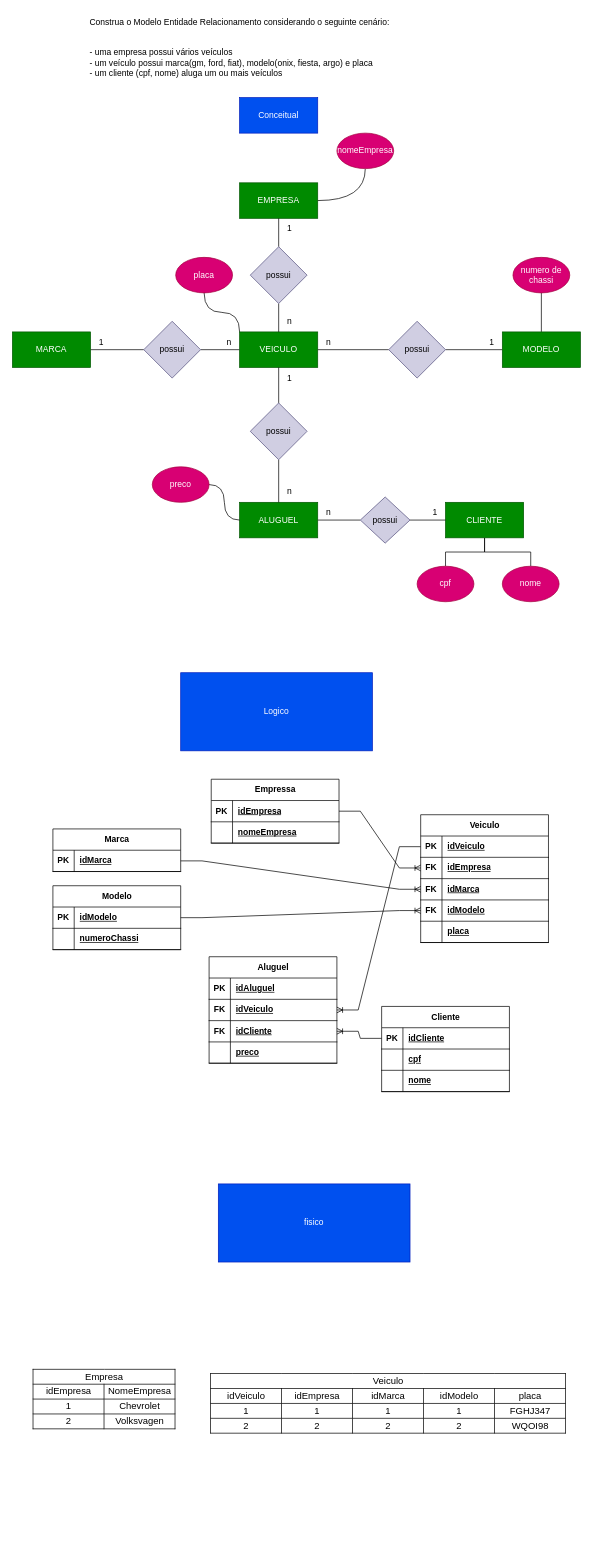
Before: sprint1-bd/exercicios/1.2-exercicio-locadora/1.2-exercicio-filmes.drawio in AlbatrozPyt/2S-SENAI-dv, a draw.io diagram. Source tidied: cells renumbered, new cells numbered last; positions are measured from the earlier drawing's top-left corner, leaving out a move shared by most shapes. Both pictures are drawn from the tidied source at 71%, with x=0, y=0 at pixel (12, 12).
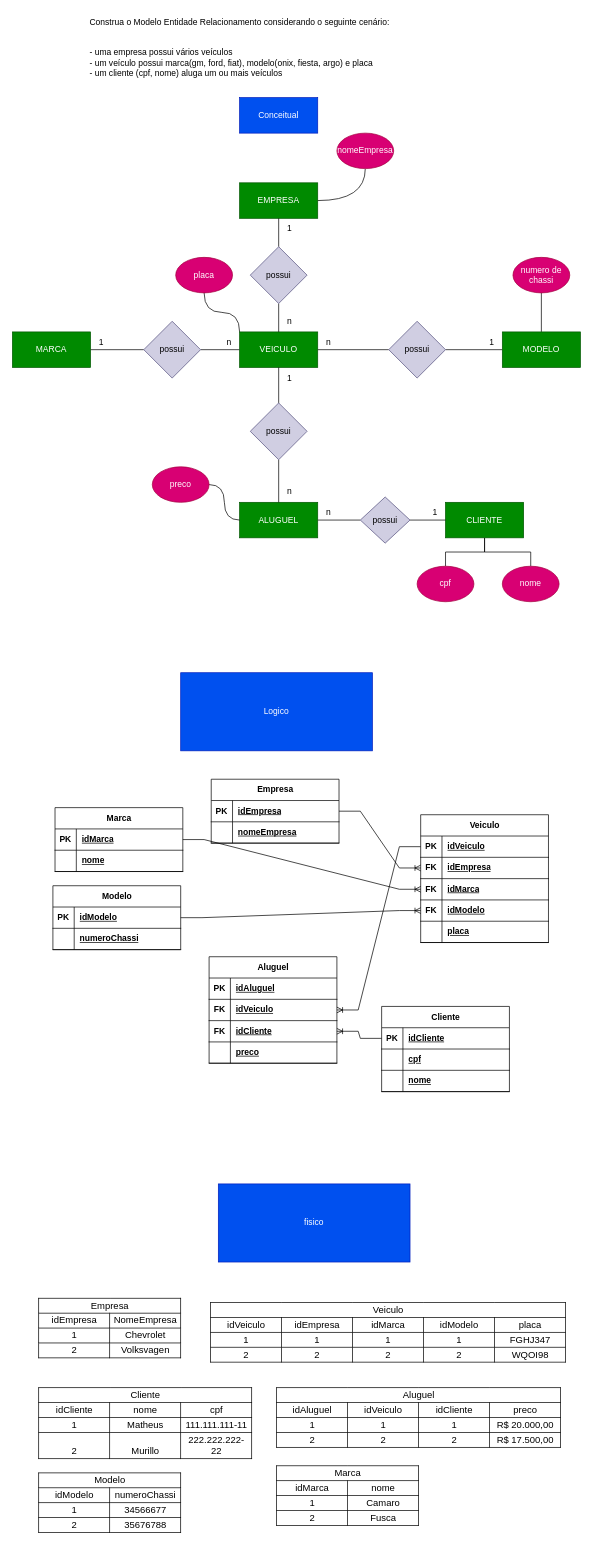
Above is the later version.

What changed in the source:
```diff
@@
-    <mxCell id="45" value="Empressa" style="shape=table;startSize=30;childLayout=tableLayout;rowLines=0;fontStyle=1;align=center;html=1;" parent="1" vertex="1">
+    <mxCell id="45" value="Empresa" style="shape=table;startSize=30;childLayout=tableLayout;rowLines=0;fontStyle=1;align=center;html=1;" parent="1" vertex="1">
       <mxGeometry x="280" y="1080" width="180" height="90" as="geometry" />
     </mxCell>
@@
     <mxCell id="89" value="Marca" style="shape=table;startSize=30;childLayout=tableLayout;rowLines=0;fontStyle=1;align=center;html=1;" parent="1" vertex="1">
-      <mxGeometry x="57" y="1150" width="180" height="60" as="geometry" />
+      <mxGeometry x="60" y="1120" width="180" height="90" as="geometry" />
     </mxCell>
@@
+    <mxCell id="114" style="shape=tableRow;horizontal=0;startSize=0;swimlaneHead=0;swimlaneBody=0;fillColor=none;top=0;left=0;right=0;bottom=1;" parent="89" vertex="1">
+      <mxGeometry y="60" width="180" height="30" as="geometry" />
+    </mxCell>
+    <mxCell id="115" style="shape=partialRectangle;fillColor=none;top=0;left=0;bottom=0;right=0;fontStyle=1;overflow=hidden;whiteSpace=wrap;html=1;" parent="114" vertex="1">
+      <mxGeometry width="30" height="30" as="geometry" />
+    </mxCell>
+    <mxCell id="116" value="nome" style="shape=partialRectangle;fillColor=none;top=0;left=0;bottom=0;right=0;align=left;spacingLeft=6;fontStyle=5;overflow=hidden;whiteSpace=wrap;html=1;" parent="114" vertex="1">
+      <mxGeometry x="30" width="150" height="30" as="geometry" />
+    </mxCell>
@@
     <mxCell id="112" value="&lt;br&gt;&lt;table style=&quot;table-layout:fixed;font-size:10pt;font-family:Arial;width:0px;border-collapse:collapse;border:none&quot; border=&quot;1&quot; dir=&quot;ltr&quot; cellpadding=&quot;0&quot; cellspacing=&quot;0&quot; xmlns=&quot;http://www.w3.org/1999/xhtml&quot;&gt;&lt;colgroup&gt;&lt;col width=&quot;100&quot;&gt;&lt;col width=&quot;100&quot;&gt;&lt;/colgroup&gt;&lt;tbody&gt;&lt;tr style=&quot;height:21px;&quot;&gt;&lt;td colspan=&quot;2&quot; rowspan=&quot;1&quot; style=&quot;border-top:1px solid #000000;border-right:1px solid #000000;border-bottom:1px solid #000000;border-left:1px solid #000000;overflow:hidden;padding:2px 3px 2px 3px;vertical-align:bottom;background-color:#ffffff;text-align:center;&quot;&gt;Empresa&lt;/td&gt;&lt;/tr&gt;&lt;tr style=&quot;height:21px;&quot;&gt;&lt;td style=&quot;border-right:1px solid #000000;border-bottom:1px solid #000000;border-left:1px solid #000000;overflow:hidden;padding:2px 3px 2px 3px;vertical-align:bottom;text-align:center;&quot;&gt;idEmpresa&lt;/td&gt;&lt;td style=&quot;border-right:1px solid #000000;border-bottom:1px solid #000000;overflow:hidden;padding:2px 3px 2px 3px;vertical-align:bottom;text-align:center;&quot;&gt;NomeEmpresa&lt;/td&gt;&lt;/tr&gt;&lt;tr style=&quot;height:21px;&quot;&gt;&lt;td style=&quot;border-right:1px solid #000000;border-bottom:1px solid #000000;border-left:1px solid #000000;overflow:hidden;padding:2px 3px 2px 3px;vertical-align:bottom;text-align:center;&quot;&gt;1&lt;/td&gt;&lt;td style=&quot;border-right:1px solid #000000;border-bottom:1px solid #000000;overflow:hidden;padding:2px 3px 2px 3px;vertical-align:bottom;text-align:center;&quot;&gt;Chevrolet&lt;/td&gt;&lt;/tr&gt;&lt;tr style=&quot;height:21px;&quot;&gt;&lt;td style=&quot;border-right:1px solid #000000;border-bottom:1px solid #000000;border-left:1px solid #000000;overflow:hidden;padding:2px 3px 2px 3px;vertical-align:bottom;text-align:center;&quot;&gt;2&lt;/td&gt;&lt;td style=&quot;border-right:1px solid #000000;border-bottom:1px solid #000000;overflow:hidden;padding:2px 3px 2px 3px;vertical-align:bottom;text-align:center;&quot;&gt;Volksvagen&lt;/td&gt;&lt;/tr&gt;&lt;/tbody&gt;&lt;/table&gt;" style="text;whiteSpace=wrap;html=1;" parent="1" vertex="1">
-      <mxGeometry x="27" y="1890" width="230" height="110" as="geometry" />
+      <mxGeometry x="35" y="1790" width="230" height="110" as="geometry" />
     </mxCell>
     <mxCell id="113" value="&lt;table xmlns=&quot;http://www.w3.org/1999/xhtml&quot; cellspacing=&quot;0&quot; cellpadding=&quot;0&quot; dir=&quot;ltr&quot; border=&quot;1&quot; style=&quot;table-layout:fixed;font-size:10pt;font-family:Arial;width:0px;border-collapse:collapse;border:none&quot;&gt;&lt;colgroup&gt;&lt;col width=&quot;100&quot;&gt;&lt;col width=&quot;100&quot;&gt;&lt;col width=&quot;100&quot;&gt;&lt;col width=&quot;100&quot;&gt;&lt;col width=&quot;100&quot;&gt;&lt;/colgroup&gt;&lt;tbody&gt;&lt;tr style=&quot;height:21px;&quot;&gt;&lt;td style=&quot;border-top:1px solid #000000;border-right:1px solid #000000;border-bottom:1px solid #000000;border-left:1px solid #000000;overflow:hidden;padding:2px 3px 2px 3px;vertical-align:bottom;text-align:center;&quot; rowspan=&quot;1&quot; colspan=&quot;5&quot;&gt;Veiculo&lt;/td&gt;&lt;/tr&gt;&lt;tr style=&quot;height:21px;&quot;&gt;&lt;td style=&quot;border-right:1px solid #000000;border-bottom:1px solid #000000;border-left:1px solid #000000;overflow:hidden;padding:2px 3px 2px 3px;vertical-align:bottom;text-align:center;&quot;&gt;idVeiculo&lt;/td&gt;&lt;td style=&quot;border-right:1px solid #000000;border-bottom:1px solid #000000;overflow:hidden;padding:2px 3px 2px 3px;vertical-align:bottom;text-align:center;&quot;&gt;idEmpresa&lt;/td&gt;&lt;td style=&quot;border-right:1px solid #000000;border-bottom:1px solid #000000;overflow:hidden;padding:2px 3px 2px 3px;vertical-align:bottom;text-align:center;&quot;&gt;idMarca&lt;/td&gt;&lt;td style=&quot;border-right:1px solid #000000;border-bottom:1px solid #000000;overflow:hidden;padding:2px 3px 2px 3px;vertical-align:bottom;text-align:center;&quot;&gt;idModelo&lt;/td&gt;&lt;td style=&quot;border-right:1px solid #000000;border-bottom:1px solid #000000;overflow:hidden;padding:2px 3px 2px 3px;vertical-align:bottom;text-align:center;&quot;&gt;placa&lt;/td&gt;&lt;/tr&gt;&lt;tr style=&quot;height:21px;&quot;&gt;&lt;td style=&quot;border-right:1px solid #000000;border-bottom:1px solid #000000;border-left:1px solid #000000;overflow:hidden;padding:2px 3px 2px 3px;vertical-align:bottom;text-align:center;&quot;&gt;1&lt;/td&gt;&lt;td style=&quot;border-right:1px solid #000000;border-bottom:1px solid #000000;overflow:hidden;padding:2px 3px 2px 3px;vertical-align:bottom;text-align:center;&quot;&gt;1&lt;/td&gt;&lt;td style=&quot;border-right:1px solid #000000;border-bottom:1px solid #000000;overflow:hidden;padding:2px 3px 2px 3px;vertical-align:bottom;text-align:center;&quot;&gt;1&lt;/td&gt;&lt;td style=&quot;border-right:1px solid #000000;border-bottom:1px solid #000000;overflow:hidden;padding:2px 3px 2px 3px;vertical-align:bottom;text-align:center;&quot;&gt;1&lt;/td&gt;&lt;td style=&quot;border-right:1px solid #000000;border-bottom:1px solid #000000;overflow:hidden;padding:2px 3px 2px 3px;vertical-align:bottom;text-align:center;&quot;&gt;FGHJ347&lt;/td&gt;&lt;/tr&gt;&lt;tr style=&quot;height:21px;&quot;&gt;&lt;td style=&quot;border-right:1px solid #000000;border-bottom:1px solid #000000;border-left:1px solid #000000;overflow:hidden;padding:2px 3px 2px 3px;vertical-align:bottom;text-align:center;&quot;&gt;2&lt;/td&gt;&lt;td style=&quot;border-right:1px solid #000000;border-bottom:1px solid #000000;overflow:hidden;padding:2px 3px 2px 3px;vertical-align:bottom;text-align:center;&quot;&gt;2&lt;/td&gt;&lt;td style=&quot;border-right:1px solid #000000;border-bottom:1px solid #000000;overflow:hidden;padding:2px 3px 2px 3px;vertical-align:bottom;text-align:center;&quot;&gt;2&lt;/td&gt;&lt;td style=&quot;border-right:1px solid #000000;border-bottom:1px solid #000000;overflow:hidden;padding:2px 3px 2px 3px;vertical-align:bottom;text-align:center;&quot;&gt;2&lt;/td&gt;&lt;td style=&quot;border-right:1px solid #000000;border-bottom:1px solid #000000;overflow:hidden;padding:2px 3px 2px 3px;vertical-align:bottom;text-align:center;&quot;&gt;WQOI98&lt;/td&gt;&lt;/tr&gt;&lt;/tbody&gt;&lt;/table&gt;" style="text;whiteSpace=wrap;html=1;" parent="1" vertex="1">
-      <mxGeometry x="277" y="1910" width="502" height="90" as="geometry" />
+      <mxGeometry x="277" y="1810" width="502" height="90" as="geometry" />
     </mxCell>
+    <mxCell id="117" value="&lt;table xmlns=&quot;http://www.w3.org/1999/xhtml&quot; cellspacing=&quot;0&quot; cellpadding=&quot;0&quot; dir=&quot;ltr&quot; border=&quot;1&quot; style=&quot;table-layout:fixed;font-size:10pt;font-family:Arial;width:0px;border-collapse:collapse;border:none&quot;&gt;&lt;colgroup&gt;&lt;col width=&quot;100&quot;&gt;&lt;col width=&quot;100&quot;&gt;&lt;col width=&quot;100&quot;&gt;&lt;/colgroup&gt;&lt;tbody&gt;&lt;tr style=&quot;height:21px;&quot;&gt;&lt;td style=&quot;border-top:1px solid #000000;border-right:1px solid #000000;border-bottom:1px solid #000000;border-left:1px solid #000000;overflow:hidden;padding:2px 3px 2px 3px;vertical-align:bottom;text-align:center;&quot; rowspan=&quot;1&quot; colspan=&quot;3&quot;&gt;Cliente&lt;/td&gt;&lt;/tr&gt;&lt;tr style=&quot;height:21px;&quot;&gt;&lt;td style=&quot;border-right:1px solid #000000;border-bottom:1px solid #000000;border-left:1px solid #000000;overflow:hidden;padding:2px 3px 2px 3px;vertical-align:bottom;text-align:center;&quot;&gt;idCliente&lt;/td&gt;&lt;td style=&quot;border-right:1px solid #000000;border-bottom:1px solid #000000;overflow:hidden;padding:2px 3px 2px 3px;vertical-align:bottom;text-align:center;&quot;&gt;nome&lt;/td&gt;&lt;td style=&quot;border-right:1px solid #000000;border-bottom:1px solid #000000;overflow:hidden;padding:2px 3px 2px 3px;vertical-align:bottom;text-align:center;&quot;&gt;cpf&lt;/td&gt;&lt;/tr&gt;&lt;tr style=&quot;height:21px;&quot;&gt;&lt;td style=&quot;border-right:1px solid #000000;border-bottom:1px solid #000000;border-left:1px solid #000000;overflow:hidden;padding:2px 3px 2px 3px;vertical-align:bottom;text-align:center;&quot;&gt;1&lt;/td&gt;&lt;td style=&quot;border-right:1px solid #000000;border-bottom:1px solid #000000;overflow:hidden;padding:2px 3px 2px 3px;vertical-align:bottom;text-align:center;&quot;&gt;Matheus&lt;/td&gt;&lt;td style=&quot;border-right:1px solid #000000;border-bottom:1px solid #000000;overflow:hidden;padding:2px 3px 2px 3px;vertical-align:bottom;text-align:center;&quot;&gt;111.111.111-11&lt;/td&gt;&lt;/tr&gt;&lt;tr style=&quot;height:21px;&quot;&gt;&lt;td style=&quot;border-right:1px solid #000000;border-bottom:1px solid #000000;border-left:1px solid #000000;overflow:hidden;padding:2px 3px 2px 3px;vertical-align:bottom;text-align:center;&quot;&gt;2&lt;/td&gt;&lt;td style=&quot;border-right:1px solid #000000;border-bottom:1px solid #000000;overflow:hidden;padding:2px 3px 2px 3px;vertical-align:bottom;text-align:center;&quot;&gt;Murillo&lt;/td&gt;&lt;td style=&quot;border-right:1px solid #000000;border-bottom:1px solid #000000;overflow:hidden;padding:2px 3px 2px 3px;vertical-align:bottom;text-align:center;&quot;&gt;222.222.222-22&lt;/td&gt;&lt;/tr&gt;&lt;/tbody&gt;&lt;/table&gt;" style="text;whiteSpace=wrap;html=1;" parent="1" vertex="1">
+      <mxGeometry x="35" y="1930" width="330" height="110" as="geometry" />
+    </mxCell>
+    <mxCell id="118" value="&lt;table xmlns=&quot;http://www.w3.org/1999/xhtml&quot; cellspacing=&quot;0&quot; cellpadding=&quot;0&quot; dir=&quot;ltr&quot; border=&quot;1&quot; style=&quot;table-layout:fixed;font-size:10pt;font-family:Arial;width:0px;border-collapse:collapse;border:none&quot;&gt;&lt;colgroup&gt;&lt;col width=&quot;100&quot;&gt;&lt;col width=&quot;100&quot;&gt;&lt;col width=&quot;100&quot;&gt;&lt;col width=&quot;100&quot;&gt;&lt;/colgroup&gt;&lt;tbody&gt;&lt;tr style=&quot;height:21px;&quot;&gt;&lt;td style=&quot;border-top:1px solid #000000;border-right:1px solid #000000;border-bottom:1px solid #000000;border-left:1px solid #000000;overflow:hidden;padding:2px 3px 2px 3px;vertical-align:bottom;text-align:center;&quot; rowspan=&quot;1&quot; colspan=&quot;4&quot;&gt;Aluguel&lt;/td&gt;&lt;/tr&gt;&lt;tr style=&quot;height:21px;&quot;&gt;&lt;td style=&quot;border-right:1px solid #000000;border-bottom:1px solid #000000;border-left:1px solid #000000;overflow:hidden;padding:2px 3px 2px 3px;vertical-align:bottom;text-align:center;&quot;&gt;idAluguel&lt;/td&gt;&lt;td style=&quot;border-right:1px solid #000000;border-bottom:1px solid #000000;overflow:hidden;padding:2px 3px 2px 3px;vertical-align:bottom;text-align:center;&quot;&gt;idVeiculo&lt;/td&gt;&lt;td style=&quot;border-right:1px solid #000000;border-bottom:1px solid #000000;overflow:hidden;padding:2px 3px 2px 3px;vertical-align:bottom;text-align:center;&quot;&gt;idCliente&lt;/td&gt;&lt;td style=&quot;border-right:1px solid #000000;border-bottom:1px solid #000000;overflow:hidden;padding:2px 3px 2px 3px;vertical-align:bottom;text-align:center;&quot;&gt;preco&lt;/td&gt;&lt;/tr&gt;&lt;tr style=&quot;height:21px;&quot;&gt;&lt;td style=&quot;border-right:1px solid #000000;border-bottom:1px solid #000000;border-left:1px solid #000000;overflow:hidden;padding:2px 3px 2px 3px;vertical-align:bottom;text-align:center;&quot;&gt;1&lt;/td&gt;&lt;td style=&quot;border-right:1px solid #000000;border-bottom:1px solid #000000;overflow:hidden;padding:2px 3px 2px 3px;vertical-align:bottom;text-align:center;&quot;&gt;1&lt;/td&gt;&lt;td style=&quot;border-right:1px solid #000000;border-bottom:1px solid #000000;overflow:hidden;padding:2px 3px 2px 3px;vertical-align:bottom;text-align:center;&quot;&gt;1&lt;/td&gt;&lt;td style=&quot;border-right:1px solid #000000;border-bottom:1px solid #000000;overflow:hidden;padding:2px 3px 2px 3px;vertical-align:bottom;text-align:center;&quot;&gt;R$ 20.000,00&lt;/td&gt;&lt;/tr&gt;&lt;tr style=&quot;height:21px;&quot;&gt;&lt;td style=&quot;border-right:1px solid #000000;border-bottom:1px solid #000000;border-left:1px solid #000000;overflow:hidden;padding:2px 3px 2px 3px;vertical-align:bottom;text-align:center;&quot;&gt;2&lt;/td&gt;&lt;td style=&quot;border-right:1px solid #000000;border-bottom:1px solid #000000;overflow:hidden;padding:2px 3px 2px 3px;vertical-align:bottom;text-align:center;&quot;&gt;2&lt;/td&gt;&lt;td style=&quot;border-right:1px solid #000000;border-bottom:1px solid #000000;overflow:hidden;padding:2px 3px 2px 3px;vertical-align:bottom;text-align:center;&quot;&gt;2&lt;/td&gt;&lt;td style=&quot;border-right:1px solid #000000;border-bottom:1px solid #000000;overflow:hidden;padding:2px 3px 2px 3px;vertical-align:bottom;text-align:center;&quot;&gt;R$ 17.500,00&lt;/td&gt;&lt;/tr&gt;&lt;/tbody&gt;&lt;/table&gt;" style="text;whiteSpace=wrap;html=1;" parent="1" vertex="1">
+      <mxGeometry x="370" y="1930" width="430" height="110" as="geometry" />
+    </mxCell>
+    <mxCell id="119" value="&lt;table xmlns=&quot;http://www.w3.org/1999/xhtml&quot; cellspacing=&quot;0&quot; cellpadding=&quot;0&quot; dir=&quot;ltr&quot; border=&quot;1&quot; style=&quot;table-layout:fixed;font-size:10pt;font-family:Arial;width:0px;border-collapse:collapse;border:none&quot;&gt;&lt;colgroup&gt;&lt;col width=&quot;100&quot;&gt;&lt;col width=&quot;100&quot;&gt;&lt;/colgroup&gt;&lt;tbody&gt;&lt;tr style=&quot;height:21px;&quot;&gt;&lt;td style=&quot;border-top:1px solid #000000;border-right:1px solid #000000;border-bottom:1px solid #000000;border-left:1px solid #000000;overflow:hidden;padding:2px 3px 2px 3px;vertical-align:bottom;text-align:center;&quot; rowspan=&quot;1&quot; colspan=&quot;2&quot;&gt;Modelo&lt;/td&gt;&lt;/tr&gt;&lt;tr style=&quot;height:21px;&quot;&gt;&lt;td style=&quot;border-right:1px solid #000000;border-bottom:1px solid #000000;border-left:1px solid #000000;overflow:hidden;padding:2px 3px 2px 3px;vertical-align:bottom;text-align:center;&quot;&gt;idModelo&lt;/td&gt;&lt;td style=&quot;border-right:1px solid #000000;border-bottom:1px solid #000000;overflow:hidden;padding:2px 3px 2px 3px;vertical-align:bottom;text-align:center;&quot;&gt;numeroChassi&lt;/td&gt;&lt;/tr&gt;&lt;tr style=&quot;height:21px;&quot;&gt;&lt;td style=&quot;border-right:1px solid #000000;border-bottom:1px solid #000000;border-left:1px solid #000000;overflow:hidden;padding:2px 3px 2px 3px;vertical-align:bottom;text-align:center;&quot;&gt;1&lt;/td&gt;&lt;td style=&quot;border-right:1px solid #000000;border-bottom:1px solid #000000;overflow:hidden;padding:2px 3px 2px 3px;vertical-align:bottom;text-align:center;&quot;&gt;34566677&lt;/td&gt;&lt;/tr&gt;&lt;tr style=&quot;height:21px;&quot;&gt;&lt;td style=&quot;border-right:1px solid #000000;border-bottom:1px solid #000000;border-left:1px solid #000000;overflow:hidden;padding:2px 3px 2px 3px;vertical-align:bottom;text-align:center;&quot;&gt;2&lt;/td&gt;&lt;td style=&quot;border-right:1px solid #000000;border-bottom:1px solid #000000;overflow:hidden;padding:2px 3px 2px 3px;vertical-align:bottom;text-align:center;&quot;&gt;35676788&lt;/td&gt;&lt;/tr&gt;&lt;/tbody&gt;&lt;/table&gt;" style="text;whiteSpace=wrap;html=1;" parent="1" vertex="1">
+      <mxGeometry x="35" y="2050" width="230" height="110" as="geometry" />
+    </mxCell>
+    <mxCell id="120" value="&lt;table xmlns=&quot;http://www.w3.org/1999/xhtml&quot; cellspacing=&quot;0&quot; cellpadding=&quot;0&quot; dir=&quot;ltr&quot; border=&quot;1&quot; style=&quot;table-layout:fixed;font-size:10pt;font-family:Arial;width:0px;border-collapse:collapse;border:none&quot;&gt;&lt;colgroup&gt;&lt;col width=&quot;100&quot;&gt;&lt;col width=&quot;100&quot;&gt;&lt;/colgroup&gt;&lt;tbody&gt;&lt;tr style=&quot;height:21px;&quot;&gt;&lt;td style=&quot;border-top:1px solid #000000;border-right:1px solid #000000;border-bottom:1px solid #000000;border-left:1px solid #000000;overflow:hidden;padding:2px 3px 2px 3px;vertical-align:bottom;text-align:center;&quot; rowspan=&quot;1&quot; colspan=&quot;2&quot;&gt;Marca&lt;/td&gt;&lt;/tr&gt;&lt;tr style=&quot;height:21px;&quot;&gt;&lt;td style=&quot;border-right:1px solid #000000;border-bottom:1px solid #000000;border-left:1px solid #000000;overflow:hidden;padding:2px 3px 2px 3px;vertical-align:bottom;text-align:center;&quot;&gt;idMarca&lt;/td&gt;&lt;td style=&quot;border-right:1px solid #000000;border-bottom:1px solid #000000;overflow:hidden;padding:2px 3px 2px 3px;vertical-align:bottom;text-align:center;&quot;&gt;nome&lt;/td&gt;&lt;/tr&gt;&lt;tr style=&quot;height:21px;&quot;&gt;&lt;td style=&quot;border-right:1px solid #000000;border-bottom:1px solid #000000;border-left:1px solid #000000;overflow:hidden;padding:2px 3px 2px 3px;vertical-align:bottom;text-align:center;&quot;&gt;1&lt;/td&gt;&lt;td style=&quot;border-right:1px solid #000000;border-bottom:1px solid #000000;overflow:hidden;padding:2px 3px 2px 3px;vertical-align:bottom;text-align:center;&quot;&gt;Camaro&lt;/td&gt;&lt;/tr&gt;&lt;tr style=&quot;height:21px;&quot;&gt;&lt;td style=&quot;border-right:1px solid #000000;border-bottom:1px solid #000000;border-left:1px solid #000000;overflow:hidden;padding:2px 3px 2px 3px;vertical-align:bottom;text-align:center;&quot;&gt;2&lt;/td&gt;&lt;td style=&quot;border-right:1px solid #000000;border-bottom:1px solid #000000;overflow:hidden;padding:2px 3px 2px 3px;vertical-align:bottom;text-align:center;&quot;&gt;Fusca&lt;/td&gt;&lt;/tr&gt;&lt;/tbody&gt;&lt;/table&gt;" style="text;whiteSpace=wrap;html=1;" parent="1" vertex="1">
+      <mxGeometry x="370" y="2040" width="230" height="110" as="geometry" />
+    </mxCell>
```
